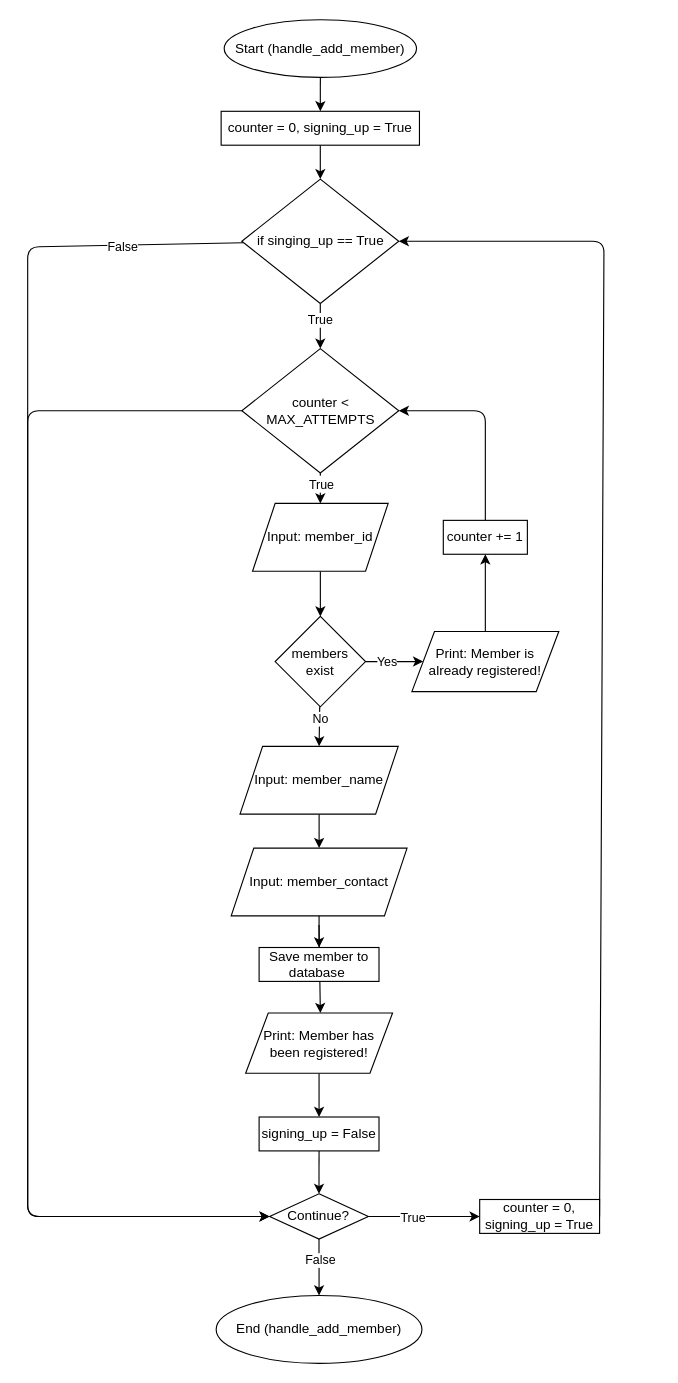
TSNMT727/LibrarySystem keeps this draw.io diagram as flowcharts/handle-add-member.drawio. Above is the earlier version. Source tidied: cells renumbered, new cells numbered last; positions are measured from the earlier drawing's top-left corner, leaving out a move shared by most shapes. Both pictures are drawn from the tidied source at 113%, with x=0, y=0 at pixel (27, 19).
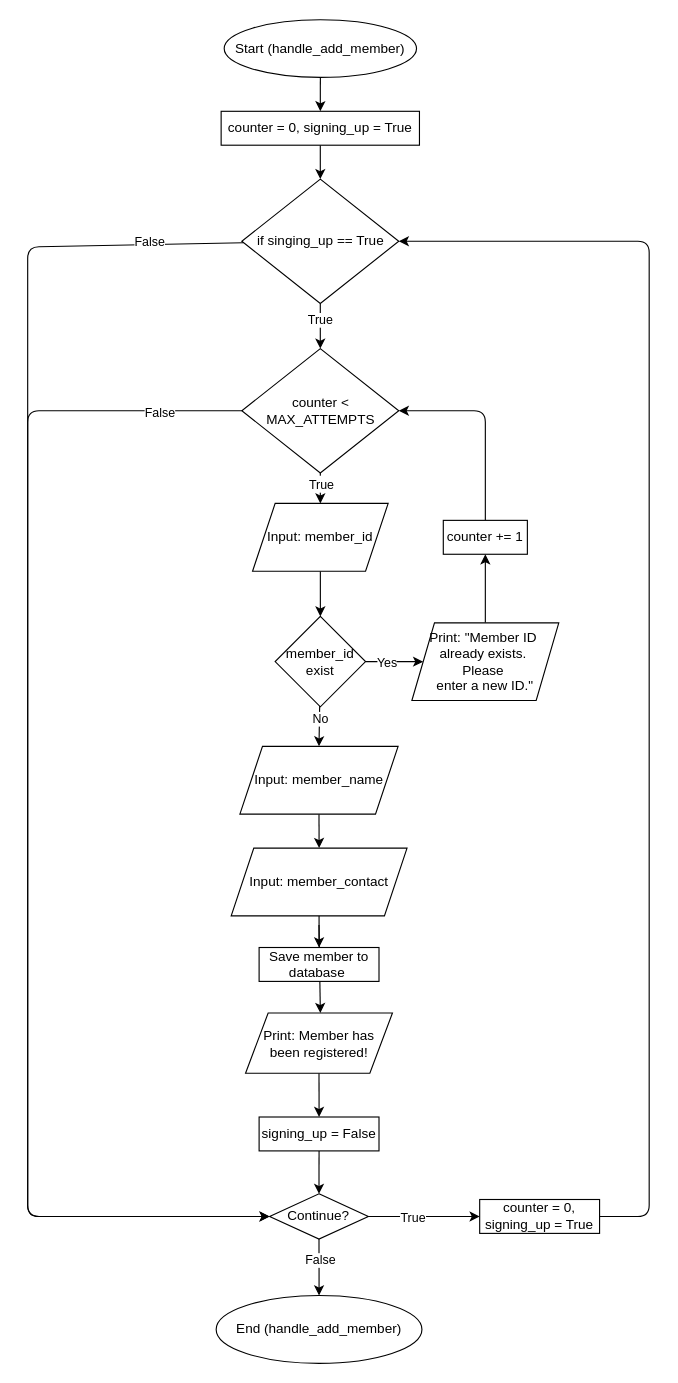
The same page after the edit.

Unchanged cells that the change refers to:
```xml
<mxCell id="16" style="edgeStyle=none;html=1;exitX=0;exitY=0.5;exitDx=0;exitDy=0;entryX=0;entryY=0.5;entryDx=0;entryDy=0;" parent="1" edge="1" source="17" target="37">
  <mxGeometry relative="1" as="geometry">
    <Array as="points">
      <mxPoint y="346" />
      <mxPoint y="1059" />
    </Array>
  </mxGeometry>
</mxCell>
<mxCell id="30" style="edgeStyle=none;html=1;entryX=0;entryY=0.5;entryDx=0;entryDy=0;" parent="1" edge="1" source="32" target="37">
  <mxGeometry relative="1" as="geometry">
    <Array as="points">
      <mxPoint y="201" />
      <mxPoint y="1059" />
    </Array>
  </mxGeometry>
</mxCell>
<mxCell id="32" value="if singing_up == True" style="rhombus;whiteSpace=wrap;html=1;" parent="1" vertex="1">
  <mxGeometry x="189.5" y="141" width="138.9" height="110" as="geometry" />
</mxCell>
<mxCell id="39" value="counter = 0, signing_up = True" style="whiteSpace=wrap;html=1;" parent="1" vertex="1">
  <mxGeometry x="400" y="1044" width="106.1" height="30" as="geometry" />
</mxCell>
```

Diff of the diagram source:
```diff
@@
-    <mxCell id="12" value="members exist" style="rhombus;whiteSpace=wrap;html=1;" parent="1" vertex="1">
+    <mxCell id="12" value="member_id exist" style="rhombus;whiteSpace=wrap;html=1;" parent="1" vertex="1">
       <mxGeometry x="219" y="528" width="80" height="80" as="geometry" />
     </mxCell>
@@
+    <mxCell id="45" value="False" style="edgeLabel;html=1;align=center;verticalAlign=middle;" parent="16" vertex="1">
+      <mxGeometry x="-0.87" y="1" relative="1" as="geometry" />
+    </mxCell>
@@
     <mxCell id="20" value="Input:&amp;nbsp;member_name" style="shape=parallelogram;perimeter=parallelogramPerimeter;whiteSpace=wrap;html=1;fixedSize=1;" parent="1" vertex="1">
-      <mxGeometry x="187.9" y="643" width="140" height="60" as="geometry" />
+      <mxGeometry x="187.8" y="643" width="140" height="60" as="geometry" />
     </mxCell>
@@
     <mxCell id="25" value="Print: Member has been registered!" style="shape=parallelogram;perimeter=parallelogramPerimeter;whiteSpace=wrap;html=1;fixedSize=1;" parent="1" vertex="1">
-      <mxGeometry x="192.9" y="879" width="130" height="53.3" as="geometry" />
+      <mxGeometry x="192.8" y="879" width="130" height="53.3" as="geometry" />
     </mxCell>
@@
     <mxCell id="31" value="False" style="edgeLabel;html=1;align=center;verticalAlign=middle;" parent="30" vertex="1">
       <mxGeometry x="-0.84" y="1" relative="1" as="geometry">
-        <mxPoint x="-7" as="offset" />
+        <mxPoint x="17" y="-4" as="offset" />
       </mxGeometry>
     </mxCell>
@@
     <mxCell id="38" style="edgeStyle=none;html=1;exitX=1;exitY=0.5;exitDx=0;exitDy=0;entryX=1;entryY=0.5;entryDx=0;entryDy=0;" parent="1" edge="1" source="39" target="32">
       <mxGeometry relative="1" as="geometry">
         <Array as="points">
-          <mxPoint x="510" y="196" />
+          <mxPoint x="550" y="1059" />
+          <mxPoint x="550" y="196" />
         </Array>
       </mxGeometry>
     </mxCell>
@@
-    <mxCell id="42" value="Print: Member is already registered!" style="shape=parallelogram;perimeter=parallelogramPerimeter;whiteSpace=wrap;html=1;fixedSize=1;" parent="1" vertex="1">
-      <mxGeometry x="340" y="541.3" width="130" height="53.3" as="geometry" />
+    <mxCell id="42" value="&lt;span style=&quot;color: rgb(0, 0, 0);&quot;&gt;Print: &quot;Member ID&amp;nbsp;&lt;/span&gt;&lt;div&gt;already&amp;nbsp;&lt;span style=&quot;background-color: transparent;&quot;&gt;exists.&amp;nbsp;&lt;/span&gt;&lt;/div&gt;&lt;div&gt;&lt;span style=&quot;background-color: transparent;&quot;&gt;Please&amp;nbsp;&lt;/span&gt;&lt;div&gt;enter a new ID.&quot;&lt;/div&gt;&lt;/div&gt;" style="shape=parallelogram;perimeter=parallelogramPerimeter;whiteSpace=wrap;html=1;fixedSize=1;" parent="1" vertex="1">
+      <mxGeometry x="340" y="533.7" width="130" height="68.7" as="geometry" />
     </mxCell>
```
